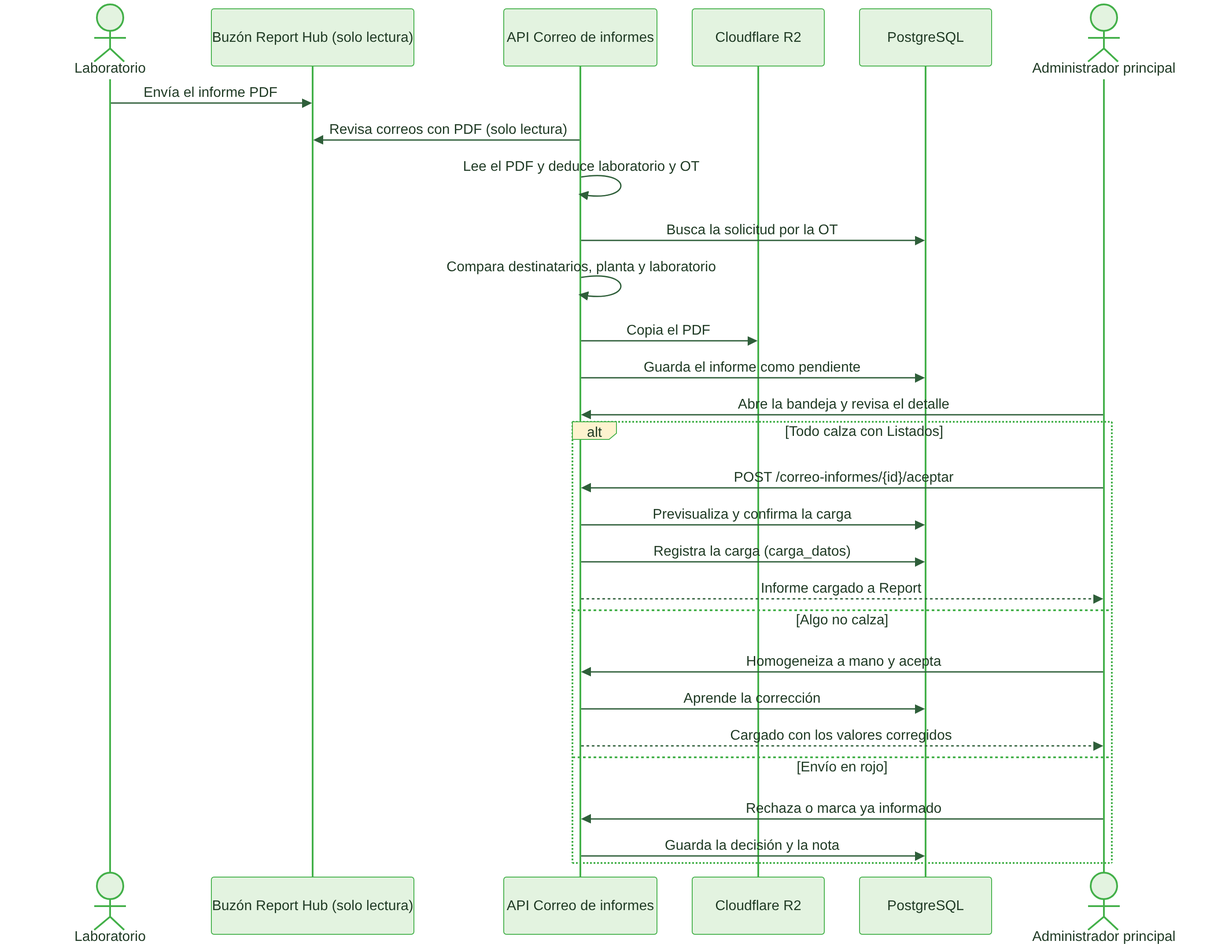
This is docs/documentacion/png/sec3_correo_report.png from JSSAgrofresh/agrofresh_report_hub, a Mermaid export, as it was before one commit. Its source is kept beside it as docs/documentacion/diagramas/sec3_correo_report.mmd. Its diagram source:
```mermaid
sequenceDiagram
    actor lab as Laboratorio
    participant buzon as Buzón Report Hub (solo lectura)
    participant api as API Correo de informes
    participant r2 as Cloudflare R2
    participant bd as PostgreSQL
    actor admin as Administrador principal
    lab->>buzon: Envía el informe PDF
    api->>buzon: Revisa correos con PDF (solo lectura)
    api->>api: Lee el PDF y deduce laboratorio y OT
    api->>bd: Busca la solicitud por la OT
    api->>api: Compara destinatarios, planta y laboratorio
    api->>r2: Copia el PDF
    api->>bd: Guarda el informe como pendiente
    admin->>api: Abre la bandeja y revisa el detalle
    alt Todo calza con Listados
        admin->>api: POST /correo-informes/{id}/aceptar
        api->>bd: Previsualiza y confirma la carga
        api->>bd: Registra la carga (carga_datos)
        api-->>admin: Informe cargado a Report
    else Algo no calza
        admin->>api: Homogeneiza a mano y acepta
        api->>bd: Aprende la corrección
        api-->>admin: Cargado con los valores corregidos
    else Envío en rojo
        admin->>api: Rechaza o marca ya informado
        api->>bd: Guarda la decisión y la nota
    end
```
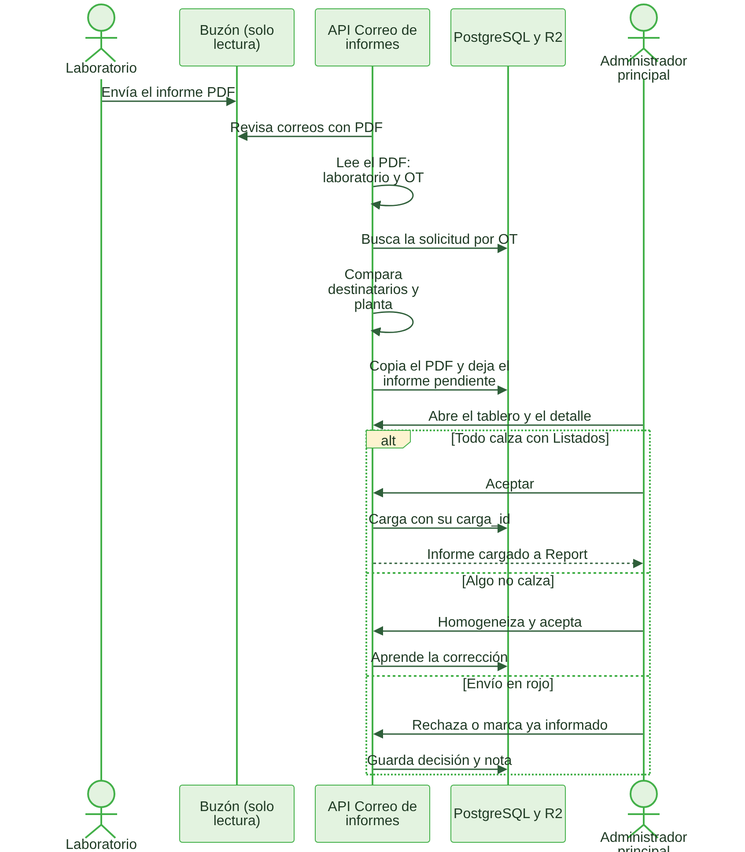
Above is the later version.

Change to the diagram source:
```diff
@@ -1,28 +1,24 @@
 sequenceDiagram
     actor lab as Laboratorio
-    participant buzon as Buzón Report Hub (solo lectura)
+    participant buzon as Buzón (solo lectura)
     participant api as API Correo de informes
-    participant r2 as Cloudflare R2
-    participant bd as PostgreSQL
+    participant datos as PostgreSQL y R2
     actor admin as Administrador principal
     lab->>buzon: Envía el informe PDF
-    api->>buzon: Revisa correos con PDF (solo lectura)
-    api->>api: Lee el PDF y deduce laboratorio y OT
-    api->>bd: Busca la solicitud por la OT
-    api->>api: Compara destinatarios, planta y laboratorio
-    api->>r2: Copia el PDF
-    api->>bd: Guarda el informe como pendiente
-    admin->>api: Abre la bandeja y revisa el detalle
+    api->>buzon: Revisa correos con PDF
+    api->>api: Lee el PDF: laboratorio y OT
+    api->>datos: Busca la solicitud por OT
+    api->>api: Compara destinatarios y planta
+    api->>datos: Copia el PDF y deja el informe pendiente
+    admin->>api: Abre el tablero y el detalle
     alt Todo calza con Listados
-        admin->>api: POST /correo-informes/{id}/aceptar
-        api->>bd: Previsualiza y confirma la carga
-        api->>bd: Registra la carga (carga_datos)
+        admin->>api: Aceptar
+        api->>datos: Carga con su carga_id
         api-->>admin: Informe cargado a Report
     else Algo no calza
-        admin->>api: Homogeneiza a mano y acepta
-        api->>bd: Aprende la corrección
-        api-->>admin: Cargado con los valores corregidos
+        admin->>api: Homogeneiza y acepta
+        api->>datos: Aprende la corrección
     else Envío en rojo
         admin->>api: Rechaza o marca ya informado
-        api->>bd: Guarda la decisión y la nota
+        api->>datos: Guarda decisión y nota
     end
```
